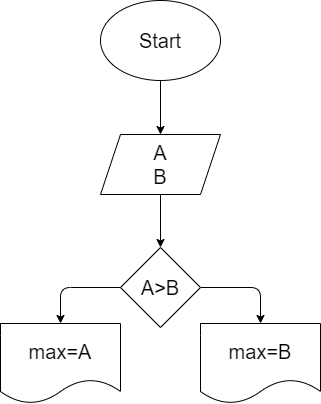
SergeiTimokhin/Introduction_to_programming_languages keeps this draw.io diagram as Homework/Homework_01/Exercise002/diagram002.drawio.png. Above is the earlier version. Source tidied: cells renumbered, new cells last; positions are measured from the earlier drawing's top-left corner, leaving out a move shared by most shapes.
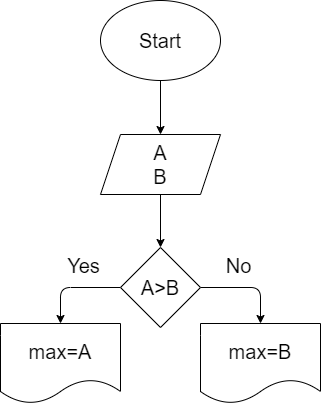
The same diagram one commit later.

What changed in the source:
```diff
@@ -37,5 +37,11 @@
     <mxCell id="10" value="max=B" style="shape=document;whiteSpace=wrap;html=1;boundedLbl=1;fontSize=20;" parent="1" vertex="1">
       <mxGeometry x="200" y="323" width="120" height="80" as="geometry" />
     </mxCell>
+    <mxCell id="11" value="Yes" style="text;html=1;align=center;verticalAlign=middle;strokeColor=none;fillColor=none;fontSize=20;" parent="1" vertex="1">
+      <mxGeometry x="57" y="247" width="51" height="36" as="geometry" />
+    </mxCell>
+    <mxCell id="12" value="No" style="text;html=1;align=center;verticalAlign=middle;strokeColor=none;fillColor=none;fontSize=20;" parent="1" vertex="1">
+      <mxGeometry x="216" y="247" width="44" height="36" as="geometry" />
+    </mxCell>
   </root>
 </mxGraphModel>
```
